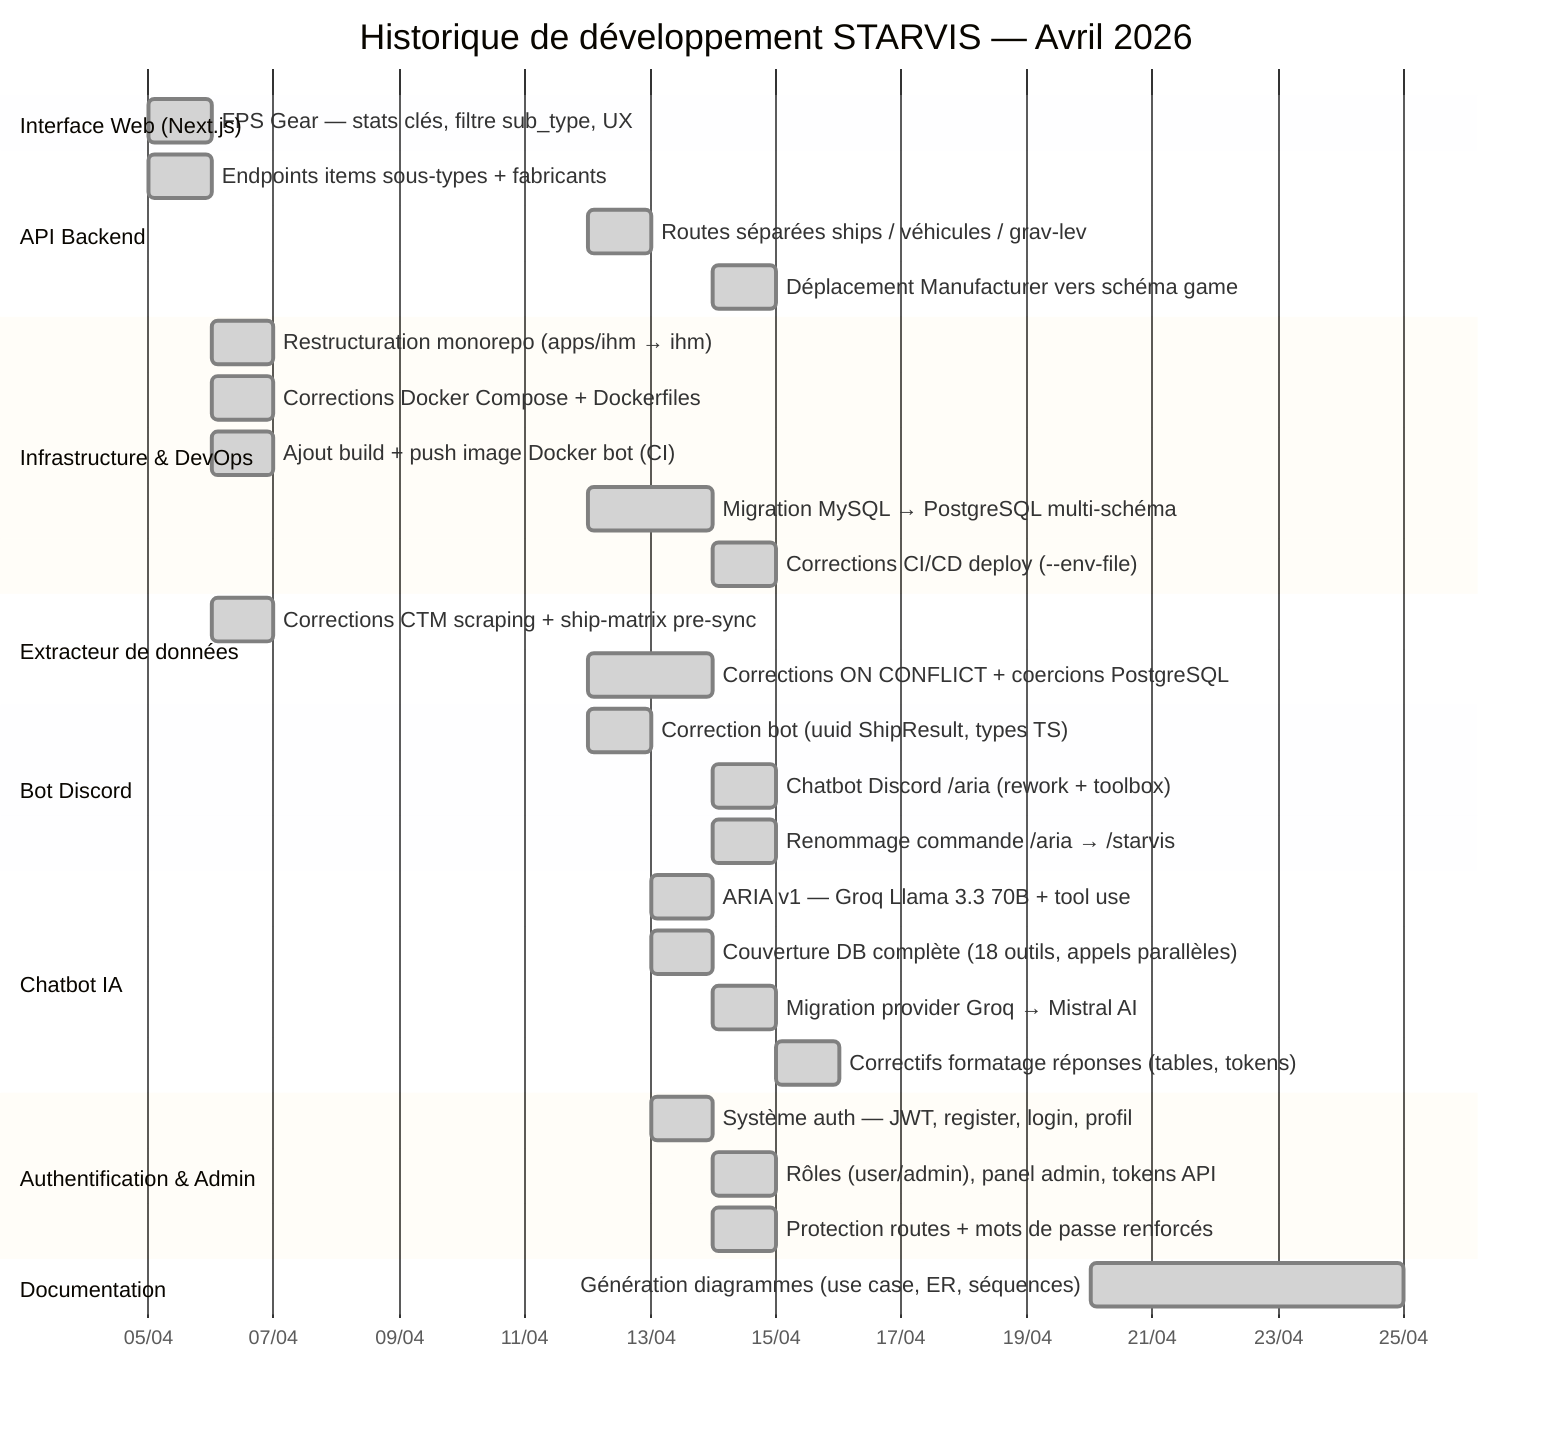
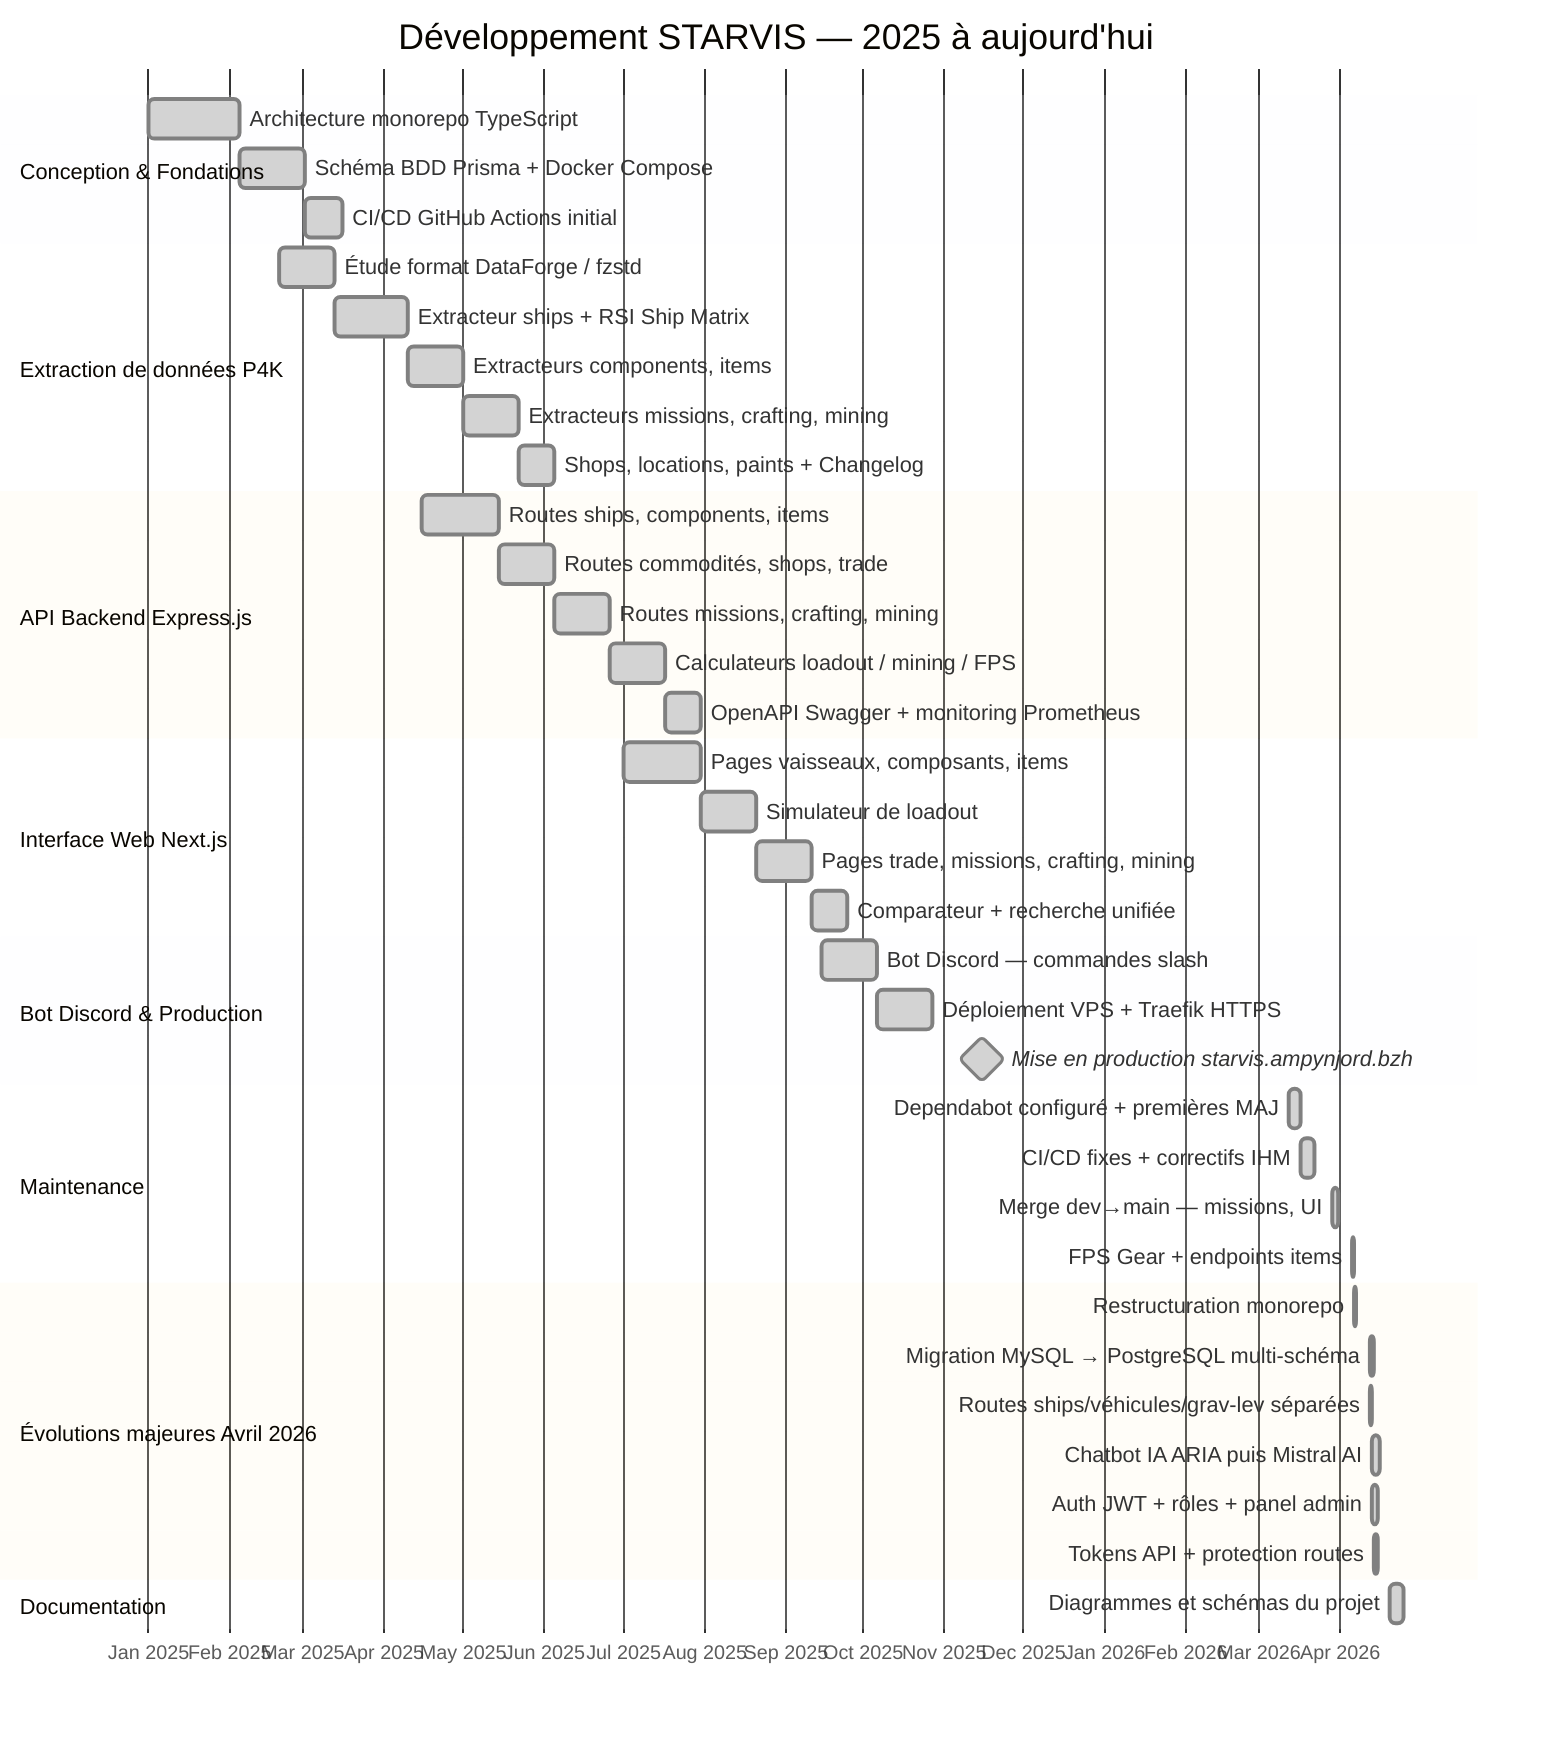
- %%{init: {'theme': 'base', 'themeVariables': {'background': '#ffffff', 'mainBkg': '#ffffff', 'fontSize': '13px', 'fontFamily': 'Arial'}, 'gantt': {'useMaxWidth': true, 'barHeight': 22, 'barGap': 6, 'topPadding': 50}}}%%
+ %%{init: {'theme': 'base', 'themeVariables': {'background': '#ffffff', 'mainBkg': '#ffffff', 'fontSize': '12px', 'fontFamily': 'Arial'}, 'gantt': {'useMaxWidth': true, 'barHeight': 20, 'barGap': 5, 'topPadding': 50}}}%%
gantt
-     title Historique de développement STARVIS — Avril 2026
+     title Développement STARVIS — 2025 à aujourd'hui
    dateFormat  YYYY-MM-DD
-     axisFormat  %d/%m
+     axisFormat  %b %Y

-     section Interface Web (Next.js)
-     FPS Gear — stats clés, filtre sub_type, UX          :done, ihm1, 2026-04-05, 1d
+     section Conception & Fondations
+     Architecture monorepo TypeScript         :done, fnd1, 2025-01-01, 35d
+     Schéma BDD Prisma + Docker Compose       :done, fnd2, after fnd1, 25d
+     CI/CD GitHub Actions initial             :done, fnd3, after fnd2, 14d

-     section API Backend
-     Endpoints items sous-types + fabricants              :done, api1, 2026-04-05, 1d
-     Routes séparées ships / véhicules / grav-lev        :done, api2, 2026-04-12, 1d
-     Déplacement Manufacturer vers schéma game            :done, api3, 2026-04-14, 1d
+     section Extraction de données P4K
+     Étude format DataForge / fzstd           :done, ext1, 2025-02-20, 21d
+     Extracteur ships + RSI Ship Matrix       :done, ext2, after ext1, 28d
+     Extracteurs components, items            :done, ext3, after ext2, 21d
+     Extracteurs missions, crafting, mining   :done, ext4, after ext3, 21d
+     Shops, locations, paints + Changelog     :done, ext5, after ext4, 14d

-     section Infrastructure & DevOps
-     Restructuration monorepo (apps/ihm → ihm)            :done, inf1, 2026-04-06, 1d
-     Corrections Docker Compose + Dockerfiles             :done, inf2, 2026-04-06, 1d
-     Ajout build + push image Docker bot (CI)             :done, inf3, 2026-04-06, 1d
-     Migration MySQL → PostgreSQL multi-schéma            :done, inf4, 2026-04-12, 2d
-     Corrections CI/CD deploy (--env-file)                :done, inf5, 2026-04-14, 1d
+     section API Backend Express.js
+     Routes ships, components, items          :done, api1, 2025-04-15, 30d
+     Routes commodités, shops, trade          :done, api2, after api1, 21d
+     Routes missions, crafting, mining        :done, api3, after api2, 21d
+     Calculateurs loadout / mining / FPS      :done, api4, after api3, 21d
+     OpenAPI Swagger + monitoring Prometheus  :done, api5, after api4, 14d

-     section Extracteur de données
-     Corrections CTM scraping + ship-matrix pre-sync     :done, ext1, 2026-04-06, 1d
-     Corrections ON CONFLICT + coercions PostgreSQL       :done, ext2, 2026-04-12, 2d
+     section Interface Web Next.js
+     Pages vaisseaux, composants, items       :done, ihm1, 2025-07-01, 30d
+     Simulateur de loadout                    :done, ihm2, after ihm1, 21d
+     Pages trade, missions, crafting, mining  :done, ihm3, after ihm2, 21d
+     Comparateur + recherche unifiée          :done, ihm4, after ihm3, 14d

-     section Bot Discord
-     Correction bot (uuid ShipResult, types TS)           :done, bot1, 2026-04-12, 1d
-     Chatbot Discord /aria (rework + toolbox)             :done, bot2, 2026-04-14, 1d
-     Renommage commande /aria → /starvis                  :done, bot3, 2026-04-14, 1d
+     section Bot Discord & Production
+     Bot Discord — commandes slash            :done, bot1, 2025-09-15, 21d
+     Déploiement VPS + Traefik HTTPS          :done, dep1, after bot1, 21d
+     Mise en production starvis.ampynjord.bzh :milestone, done, prod, 2025-11-15, 0d

-     section Chatbot IA
-     ARIA v1 — Groq Llama 3.3 70B + tool use             :done, cha1, 2026-04-13, 1d
-     Couverture DB complète (18 outils, appels parallèles):done, cha2, 2026-04-13, 1d
-     Migration provider Groq → Mistral AI                 :done, cha3, 2026-04-14, 1d
-     Correctifs formatage réponses (tables, tokens)       :done, cha4, 2026-04-15, 1d
+     section Maintenance
+     Dependabot configuré + premières MAJ     :done, mnt1, 2026-03-12, 5d
+     CI/CD fixes + correctifs IHM             :done, mnt2, 2026-03-17, 5d
+     Merge dev→main — missions, UI            :done, mnt3, 2026-03-29, 2d
+     FPS Gear + endpoints items               :done, mnt4, 2026-04-05, 1d

-     section Authentification & Admin
-     Système auth — JWT, register, login, profil          :done, aut1, 2026-04-13, 1d
-     Rôles (user/admin), panel admin, tokens API          :done, aut2, 2026-04-14, 1d
-     Protection routes + mots de passe renforcés          :done, aut3, 2026-04-14, 1d
+     section Évolutions majeures Avril 2026
+     Restructuration monorepo                 :done, ev1, 2026-04-06, 1d
+     Migration MySQL → PostgreSQL multi-schéma:done, ev2, 2026-04-12, 2d
+     Routes ships/véhicules/grav-lev séparées :done, ev3, 2026-04-12, 1d
+     Chatbot IA ARIA puis Mistral AI          :done, ev4, 2026-04-13, 3d
+     Auth JWT + rôles + panel admin           :done, ev5, 2026-04-13, 2d
+     Tokens API + protection routes           :done, ev6, 2026-04-14, 1d

    section Documentation
-     Génération diagrammes (use case, ER, séquences)      :done, doc1, 2026-04-20, 5d
+     Diagrammes et schémas du projet          :done, doc1, 2026-04-20, 5d
